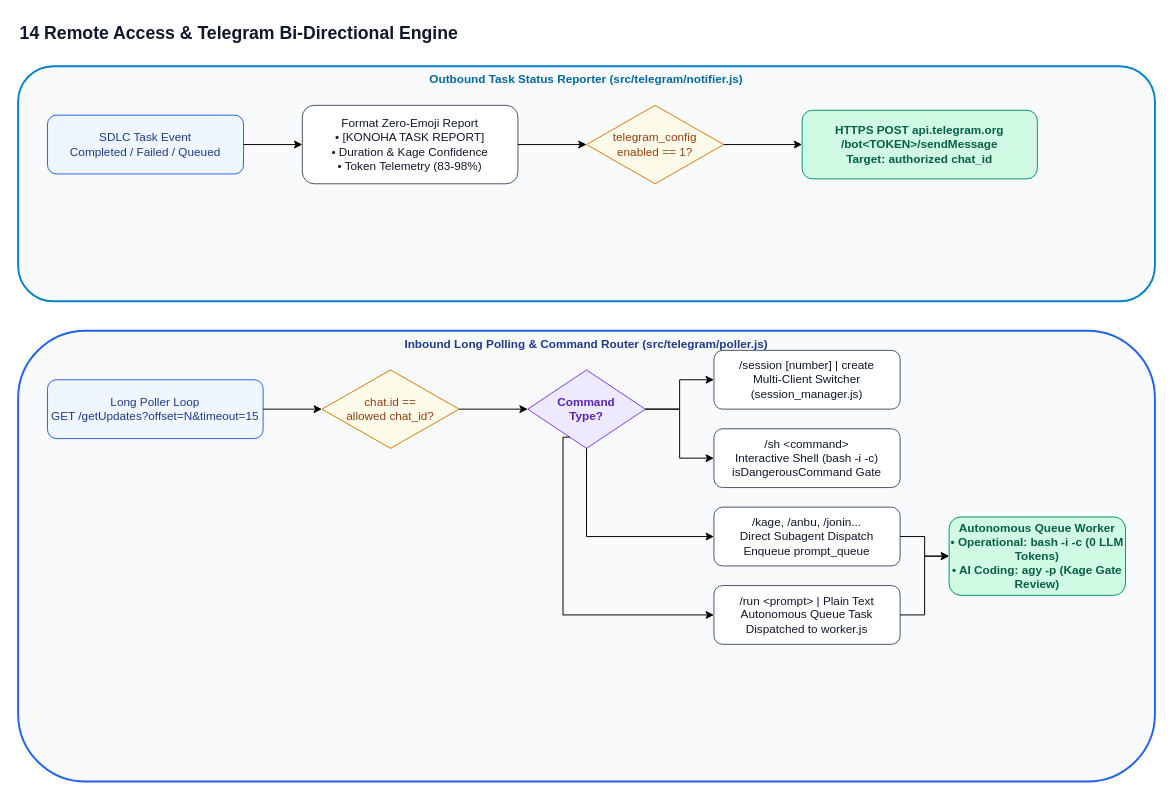
This is page "14 Remote Access & Telegram Inbound/Outbound" (14 of 15) of docs/diagrams/konoha-enterprise-architecture.drawio from andycungkrinx91/konoha, a draw.io file, before an edit. Source tidied: cells renumbered, new cells numbered last; positions are measured from the earlier drawing's top-left corner, leaving out a move shared by most shapes. Both pictures are drawn from the tidied source at 98%, with x=0, y=0 at pixel (18, 17).
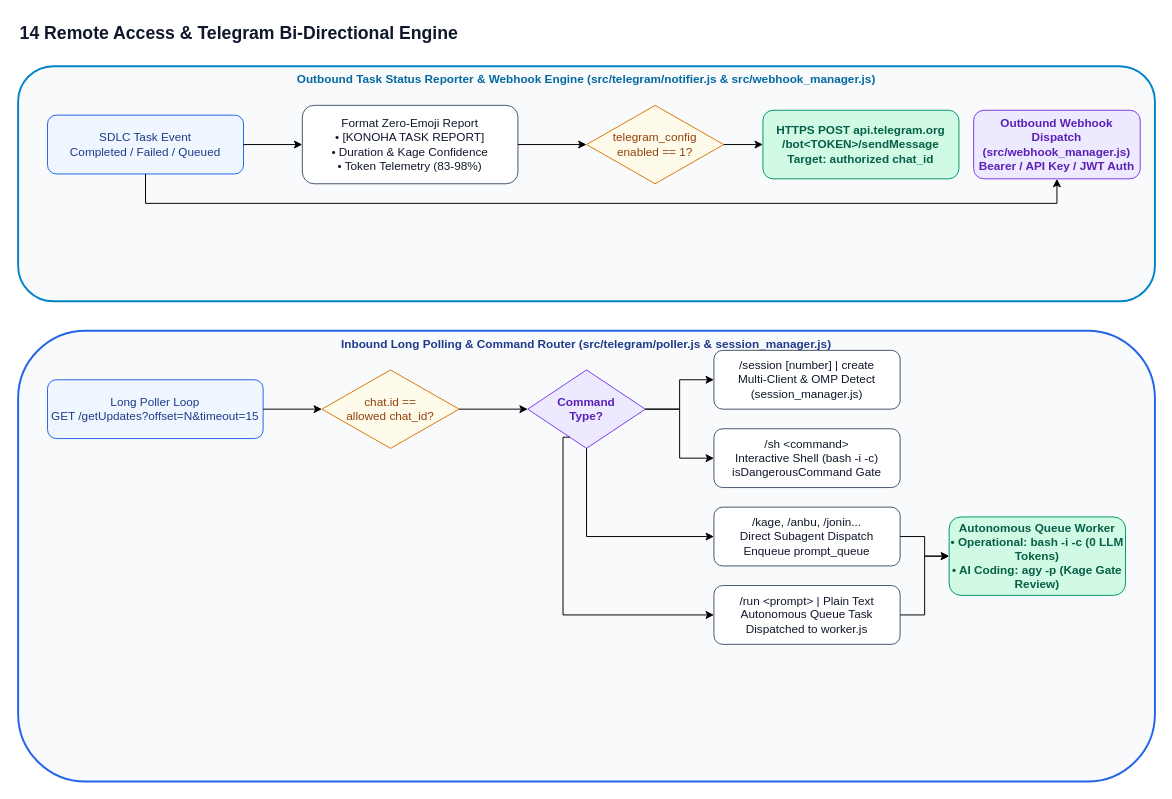
The same page after the edit.

The change refers to these unchanged cells:
```xml
<mxCell id="4" value="SDLC Task Event&#10;Completed / Failed / Queued" style="rounded=1;whiteSpace=wrap;html=1;fillColor=#eff6ff;strokeColor=#2563eb;fontColor=#1e3a8a;" parent="1" vertex="1">
  <mxGeometry x="30" y="100" width="200" height="60" as="geometry" />
</mxCell>
```

Change to the diagram source:
```diff
@@
-    <mxCell id="3" value="Outbound Task Status Reporter (src/telegram/notifier.js)" style="rounded=1;whiteSpace=wrap;html=1;fillColor=#f8fafc;strokeColor=#0284c7;strokeWidth=2;verticalAlign=top;fontStyle=1;fontColor=#0369a1;" parent="1" vertex="1">
+    <mxCell id="3" value="Outbound Task Status Reporter &amp;amp; Webhook Engine (src/telegram/notifier.js &amp;amp; src/webhook_manager.js)" style="rounded=1;whiteSpace=wrap;html=1;fillColor=#f8fafc;strokeColor=#0284c7;strokeWidth=2;verticalAlign=top;fontStyle=1;fontColor=#0369a1;" parent="1" vertex="1">
       <mxGeometry y="50" width="1160" height="240" as="geometry" />
     </mxCell>
@@
     <mxCell id="7" value="HTTPS POST api.telegram.org&#10;/bot&amp;lt;TOKEN&amp;gt;/sendMessage&#10;Target: authorized chat_id" style="rounded=1;whiteSpace=wrap;html=1;fillColor=#d1fae5;strokeColor=#059669;fontColor=#065f46;fontStyle=1;" parent="1" vertex="1">
-      <mxGeometry x="800" y="95" width="240" height="70" as="geometry" />
+      <mxGeometry x="760" y="95" width="200" height="70" as="geometry" />
     </mxCell>
+    <mxCell id="28" value="Outbound Webhook Dispatch&#10;(src/webhook_manager.js)&#10;Bearer / API Key / JWT Auth" style="rounded=1;whiteSpace=wrap;html=1;fillColor=#ede9fe;strokeColor=#7c3aed;fontColor=#5b21b6;fontStyle=1;" parent="1" vertex="1">
+      <mxGeometry x="975" y="95" width="170" height="70" as="geometry" />
+    </mxCell>
-    <mxCell id="8" value="Inbound Long Polling &amp;amp; Command Router (src/telegram/poller.js)" style="rounded=1;whiteSpace=wrap;html=1;fillColor=#f8fafc;strokeColor=#2563eb;strokeWidth=2;verticalAlign=top;fontStyle=1;fontColor=#1e3a8a;" parent="1" vertex="1">
+    <mxCell id="8" value="Inbound Long Polling &amp;amp; Command Router (src/telegram/poller.js &amp;amp; session_manager.js)" style="rounded=1;whiteSpace=wrap;html=1;fillColor=#f8fafc;strokeColor=#2563eb;strokeWidth=2;verticalAlign=top;fontStyle=1;fontColor=#1e3a8a;" parent="1" vertex="1">
       <mxGeometry y="320" width="1160" height="460" as="geometry" />
     </mxCell>
@@
-    <mxCell id="12" value="/session [number] | create&#10;Multi-Client Switcher&#10;(session_manager.js)" style="rounded=1;whiteSpace=wrap;html=1;fillColor=#ffffff;strokeColor=#475569;fontColor=#0f172a;" parent="1" vertex="1">
+    <mxCell id="12" value="/session [number] | create&#10;Multi-Client &amp;amp; OMP Detect&#10;(session_manager.js)" style="rounded=1;whiteSpace=wrap;html=1;fillColor=#ffffff;strokeColor=#475569;fontColor=#0f172a;" parent="1" vertex="1">
       <mxGeometry x="710" y="340" width="190" height="60" as="geometry" />
     </mxCell>
@@
+    <mxCell id="29" style="edgeStyle=orthogonalEdgeStyle;rounded=0;html=1;entryX=0.5;entryY=1;" parent="1" edge="1" source="4" target="28">
+      <mxGeometry relative="1" as="geometry">
+        <Array as="points">
+          <mxPoint x="130" y="190" />
+          <mxPoint x="1060" y="190" />
+        </Array>
+      </mxGeometry>
+    </mxCell>
```
